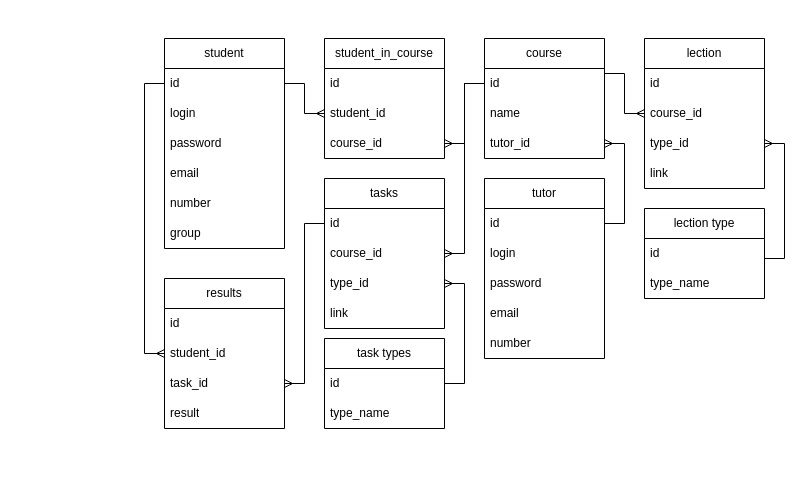
The draw.io diagram Untitled Diagram.drawio in Svengalion/Diploma-VKI, before the edit. Source tidied: cells renumbered, new cells numbered last; positions are measured from the earlier drawing's top-left corner, leaving out a move shared by most shapes. Both pictures are drawn from the tidied source at 100%, with x=0, y=0 at pixel (144, 38).
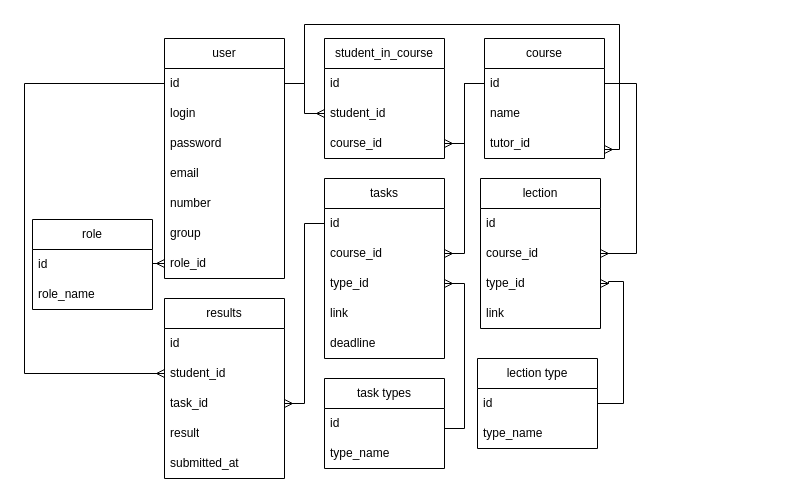
The same diagram, later.

Unchanged cells that the change refers to:
```xml
<mxCell id="3" value="id" style="text;strokeColor=none;fillColor=none;align=left;verticalAlign=middle;spacingLeft=4;spacingRight=4;overflow=hidden;points=[[0,0.5],[1,0.5]];portConstraint=eastwest;whiteSpace=wrap;html=1;" parent="2" vertex="1">
  <mxGeometry y="30" width="120" height="30" as="geometry" />
</mxCell>
<mxCell id="11" value="course_id" style="text;strokeColor=none;fillColor=none;align=left;verticalAlign=middle;spacingLeft=4;spacingRight=4;overflow=hidden;points=[[0,0.5],[1,0.5]];portConstraint=eastwest;whiteSpace=wrap;html=1;" parent="9" vertex="1">
  <mxGeometry y="60" width="120" height="30" as="geometry" />
</mxCell>
<mxCell id="12" value="type_id" style="text;strokeColor=none;fillColor=none;align=left;verticalAlign=middle;spacingLeft=4;spacingRight=4;overflow=hidden;points=[[0,0.5],[1,0.5]];portConstraint=eastwest;whiteSpace=wrap;html=1;" parent="9" vertex="1">
  <mxGeometry y="90" width="120" height="30" as="geometry" />
</mxCell>
<mxCell id="15" value="id" style="text;strokeColor=none;fillColor=none;align=left;verticalAlign=middle;spacingLeft=4;spacingRight=4;overflow=hidden;points=[[0,0.5],[1,0.5]];portConstraint=eastwest;whiteSpace=wrap;html=1;" parent="14" vertex="1">
  <mxGeometry y="30" width="120" height="30" as="geometry" />
</mxCell>
<mxCell id="19" value="id" style="text;strokeColor=none;fillColor=none;align=left;verticalAlign=middle;spacingLeft=4;spacingRight=4;overflow=hidden;points=[[0,0.5],[1,0.5]];portConstraint=eastwest;whiteSpace=wrap;html=1;" parent="18" vertex="1">
  <mxGeometry y="30" width="120" height="30" as="geometry" />
</mxCell>
<mxCell id="21" value="tutor_id" style="text;strokeColor=none;fillColor=none;align=left;verticalAlign=middle;spacingLeft=4;spacingRight=4;overflow=hidden;points=[[0,0.5],[1,0.5]];portConstraint=eastwest;whiteSpace=wrap;html=1;" parent="18" vertex="1">
  <mxGeometry y="90" width="120" height="30" as="geometry" />
</mxCell>
<mxCell id="32" value="type_id" style="text;strokeColor=none;fillColor=none;align=left;verticalAlign=middle;spacingLeft=4;spacingRight=4;overflow=hidden;points=[[0,0.5],[1,0.5]];portConstraint=eastwest;whiteSpace=wrap;html=1;" parent="29" vertex="1">
  <mxGeometry y="90" width="120" height="30" as="geometry" />
</mxCell>
<mxCell id="35" value="id" style="text;strokeColor=none;fillColor=none;align=left;verticalAlign=middle;spacingLeft=4;spacingRight=4;overflow=hidden;points=[[0,0.5],[1,0.5]];portConstraint=eastwest;whiteSpace=wrap;html=1;" parent="34" vertex="1">
  <mxGeometry y="30" width="120" height="30" as="geometry" />
</mxCell>
<mxCell id="39" value="student_id" style="text;strokeColor=none;fillColor=none;align=left;verticalAlign=middle;spacingLeft=4;spacingRight=4;overflow=hidden;points=[[0,0.5],[1,0.5]];portConstraint=eastwest;whiteSpace=wrap;html=1;" parent="37" vertex="1">
  <mxGeometry y="60" width="120" height="30" as="geometry" />
</mxCell>
```

Change to the diagram source:
```diff
@@
-    <mxCell id="2" value="student" style="swimlane;fontStyle=0;horizontal=1;startSize=30;whiteSpace=wrap;html=1;" parent="1" vertex="1">
-      <mxGeometry x="20" width="120" height="210" as="geometry" />
+    <mxCell id="2" value="user" style="swimlane;fontStyle=0;horizontal=1;startSize=30;whiteSpace=wrap;html=1;" parent="1" vertex="1">
+      <mxGeometry x="20" width="120" height="240" as="geometry" />
     </mxCell>
@@
+    <mxCell id="53" value="role_id" style="text;strokeColor=none;fillColor=none;align=left;verticalAlign=middle;spacingLeft=4;spacingRight=4;overflow=hidden;points=[[0,0.5],[1,0.5]];portConstraint=eastwest;whiteSpace=wrap;html=1;" parent="2" vertex="1">
+      <mxGeometry y="210" width="120" height="30" as="geometry" />
+    </mxCell>
     <mxCell id="9" value="lection" style="swimlane;fontStyle=0;horizontal=1;startSize=30;whiteSpace=wrap;html=1;" parent="1" vertex="1">
-      <mxGeometry x="500" width="120" height="150" as="geometry" />
+      <mxGeometry x="336" y="140" width="120" height="150" as="geometry" />
     </mxCell>
@@
     <mxCell id="14" value="lection type" style="swimlane;fontStyle=0;horizontal=1;startSize=30;whiteSpace=wrap;html=1;" parent="1" vertex="1">
-      <mxGeometry x="500" y="170" width="120" height="90" as="geometry" />
+      <mxGeometry x="333" y="320" width="120" height="90" as="geometry" />
     </mxCell>
@@
     <mxCell id="17" style="edgeStyle=orthogonalEdgeStyle;rounded=0;jettySize=auto;html=1;endArrow=ERmany;endFill=0;" parent="1" edge="1" source="15" target="12">
       <mxGeometry relative="1" as="geometry">
         <Array as="points">
-          <mxPoint x="640" y="220" />
-          <mxPoint x="640" y="105" />
+          <mxPoint x="479" y="365" />
+          <mxPoint x="479" y="243" />
+          <mxPoint x="464" y="243" />
+          <mxPoint x="464" y="245" />
         </Array>
       </mxGeometry>
     </mxCell>
@@
     <mxCell id="22" style="edgeStyle=orthogonalEdgeStyle;rounded=0;jettySize=auto;html=1;exitX=1;exitY=0.5;exitDx=0;exitDy=0;endArrow=ERmany;endFill=0;" parent="1" edge="1" source="19" target="11">
       <mxGeometry relative="1" as="geometry">
         <Array as="points">
-          <mxPoint x="460" y="35" />
-          <mxPoint x="480" y="35" />
-          <mxPoint x="480" y="75" />
+          <mxPoint x="492" y="45" />
+          <mxPoint x="492" y="215" />
         </Array>
       </mxGeometry>
     </mxCell>
@@
     <mxCell id="29" value="tasks" style="swimlane;fontStyle=0;horizontal=1;startSize=30;whiteSpace=wrap;html=1;" parent="1" vertex="1">
-      <mxGeometry x="180" y="140" width="120" height="150" as="geometry" />
+      <mxGeometry x="180" y="140" width="120" height="180" as="geometry" />
     </mxCell>
@@
+    <mxCell id="54" value="deadline" style="text;strokeColor=none;fillColor=none;align=left;verticalAlign=middle;spacingLeft=4;spacingRight=4;overflow=hidden;whiteSpace=wrap;html=1;" parent="29" vertex="1">
+      <mxGeometry y="150" width="120" height="30" as="geometry" />
+    </mxCell>
     <mxCell id="34" value="task types" style="swimlane;fontStyle=0;horizontal=1;startSize=30;whiteSpace=wrap;html=1;" parent="1" vertex="1">
-      <mxGeometry x="180" y="300" width="120" height="90" as="geometry" />
+      <mxGeometry x="180" y="340" width="120" height="90" as="geometry" />
     </mxCell>
@@
     <mxCell id="37" value="results" style="swimlane;fontStyle=0;horizontal=1;startSize=30;whiteSpace=wrap;html=1;" parent="1" vertex="1">
-      <mxGeometry x="20" y="240" width="120" height="150" as="geometry" />
+      <mxGeometry x="20" y="260" width="120" height="180" as="geometry" />
     </mxCell>
@@
-    <mxCell id="42" value="tutor" style="swimlane;fontStyle=0;horizontal=1;startSize=30;whiteSpace=wrap;html=1;" parent="1" vertex="1">
-      <mxGeometry x="340" y="140" width="120" height="180" as="geometry" />
-    </mxCell>
-    <mxCell id="43" value="id" style="text;strokeColor=none;fillColor=none;align=left;verticalAlign=middle;spacingLeft=4;spacingRight=4;overflow=hidden;points=[[0,0.5],[1,0.5]];portConstraint=eastwest;whiteSpace=wrap;html=1;" parent="42" vertex="1">
-      <mxGeometry y="30" width="120" height="30" as="geometry" />
-    </mxCell>
-    <mxCell id="44" value="login" style="text;strokeColor=none;fillColor=none;align=left;verticalAlign=middle;spacingLeft=4;spacingRight=4;overflow=hidden;whiteSpace=wrap;html=1;" parent="42" vertex="1">
-      <mxGeometry y="60" width="120" height="30" as="geometry" />
-    </mxCell>
-    <mxCell id="45" value="password" style="text;strokeColor=none;fillColor=none;align=left;verticalAlign=middle;spacingLeft=4;spacingRight=4;overflow=hidden;whiteSpace=wrap;html=1;" parent="42" vertex="1">
-      <mxGeometry y="90" width="120" height="30" as="geometry" />
-    </mxCell>
-    <mxCell id="46" value="email" style="text;strokeColor=none;fillColor=none;align=left;verticalAlign=middle;spacingLeft=4;spacingRight=4;overflow=hidden;whiteSpace=wrap;html=1;" parent="42" vertex="1">
-      <mxGeometry y="120" width="120" height="30" as="geometry" />
-    </mxCell>
-    <mxCell id="47" value="number" style="text;strokeColor=none;fillColor=none;align=left;verticalAlign=middle;spacingLeft=4;spacingRight=4;overflow=hidden;whiteSpace=wrap;html=1;" parent="42" vertex="1">
-      <mxGeometry y="150" width="120" height="30" as="geometry" />
-    </mxCell>
+    <mxCell id="55" value="submitted_at" style="text;strokeColor=none;fillColor=none;align=left;verticalAlign=middle;spacingLeft=4;spacingRight=4;overflow=hidden;whiteSpace=wrap;html=1;" parent="37" vertex="1">
+      <mxGeometry y="150" width="120" height="30" as="geometry" />
+    </mxCell>
     <mxCell id="48" style="edgeStyle=orthogonalEdgeStyle;rounded=0;jettySize=auto;html=1;endArrow=ERmany;endFill=0;" parent="1" edge="1" source="3" target="39">
       <mxGeometry relative="1" as="geometry">
         <Array as="points">
-          <mxPoint y="45" />
-          <mxPoint y="315" />
+          <mxPoint x="-120" y="45" />
+          <mxPoint x="-120" y="335" />
         </Array>
       </mxGeometry>
     </mxCell>
-    <mxCell id="49" style="edgeStyle=orthogonalEdgeStyle;rounded=0;jettySize=auto;html=1;endArrow=ERmany;endFill=0;" parent="1" edge="1" source="43" target="21">
-      <mxGeometry relative="1" as="geometry">
-        <Array as="points">
-          <mxPoint x="480" y="185" />
-          <mxPoint x="480" y="105" />
-        </Array>
-      </mxGeometry>
-    </mxCell>
@@
     <mxCell id="51" style="edgeStyle=orthogonalEdgeStyle;rounded=0;jettySize=auto;html=1;endArrow=ERmany;endFill=0;" parent="1" edge="1" source="35" target="32">
       <mxGeometry relative="1" as="geometry">
         <Array as="points">
-          <mxPoint x="320" y="345" />
+          <mxPoint x="320" y="390" />
           <mxPoint x="320" y="245" />
         </Array>
       </mxGeometry>
     </mxCell>
@@
+    <mxCell id="56" style="edgeStyle=orthogonalEdgeStyle;rounded=0;jettySize=auto;html=1;endArrow=ERmany;endFill=0;" parent="1" edge="1" source="3" target="21">
+      <mxGeometry relative="1" as="geometry">
+        <Array as="points">
+          <mxPoint x="160" y="45" />
+          <mxPoint x="160" y="-14" />
+          <mxPoint x="475" y="-14" />
+          <mxPoint x="475" y="111" />
+        </Array>
+      </mxGeometry>
+    </mxCell>
+    <mxCell id="57" value="role" style="swimlane;fontStyle=0;horizontal=1;startSize=30;whiteSpace=wrap;html=1;" parent="1" vertex="1">
+      <mxGeometry x="-112" y="181" width="120" height="90" as="geometry" />
+    </mxCell>
+    <mxCell id="43" value="id" style="text;strokeColor=none;fillColor=none;align=left;verticalAlign=middle;spacingLeft=4;spacingRight=4;overflow=hidden;points=[[0,0.5],[1,0.5]];portConstraint=eastwest;whiteSpace=wrap;html=1;" parent="57" vertex="1">
+      <mxGeometry y="30" width="120" height="30" as="geometry" />
+    </mxCell>
+    <mxCell id="58" value="role_name" style="text;strokeColor=none;fillColor=none;align=left;verticalAlign=middle;spacingLeft=4;spacingRight=4;overflow=hidden;whiteSpace=wrap;html=1;" parent="57" vertex="1">
+      <mxGeometry y="60" width="120" height="30" as="geometry" />
+    </mxCell>
+    <mxCell id="59" style="edgeStyle=orthogonalEdgeStyle;rounded=0;jettySize=auto;html=1;endArrow=ERmany;endFill=0;entryX=0;entryY=0.5;entryDx=0;entryDy=0;" parent="1" edge="1" source="43" target="53">
+      <mxGeometry relative="1" as="geometry">
+        <Array as="points">
+          <mxPoint x="-14" y="225" />
+          <mxPoint x="-14" y="225" />
+        </Array>
+      </mxGeometry>
+    </mxCell>
```
